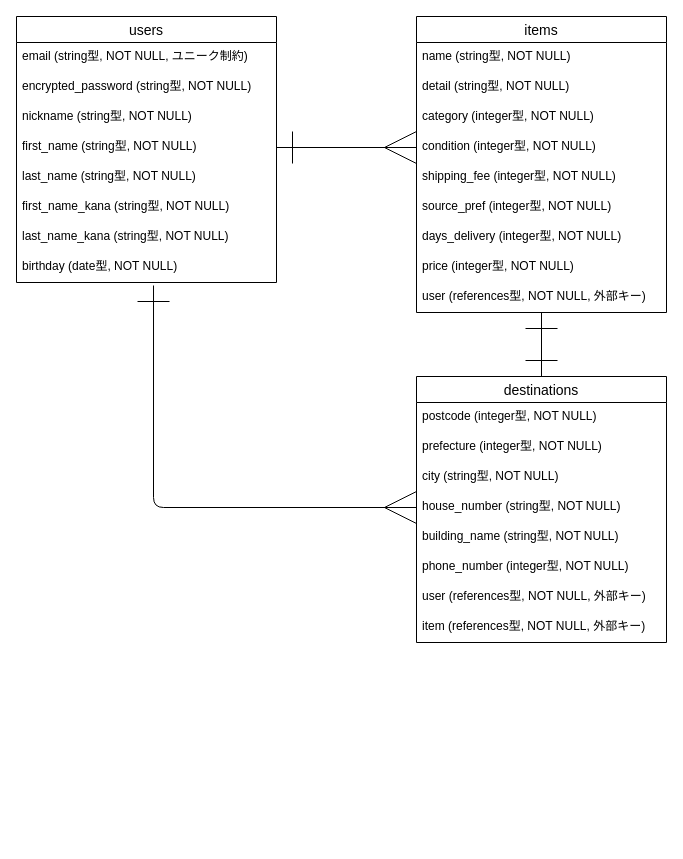
The draw.io diagram ER.dio in yuyan884/furima-38296, before the edit. Source tidied: cells renumbered, new cells numbered last; positions are measured from the earlier drawing's top-left corner, leaving out a move shared by most shapes. Both pictures are drawn from the tidied source at 100%, with x=0, y=0 at pixel (16, 16).
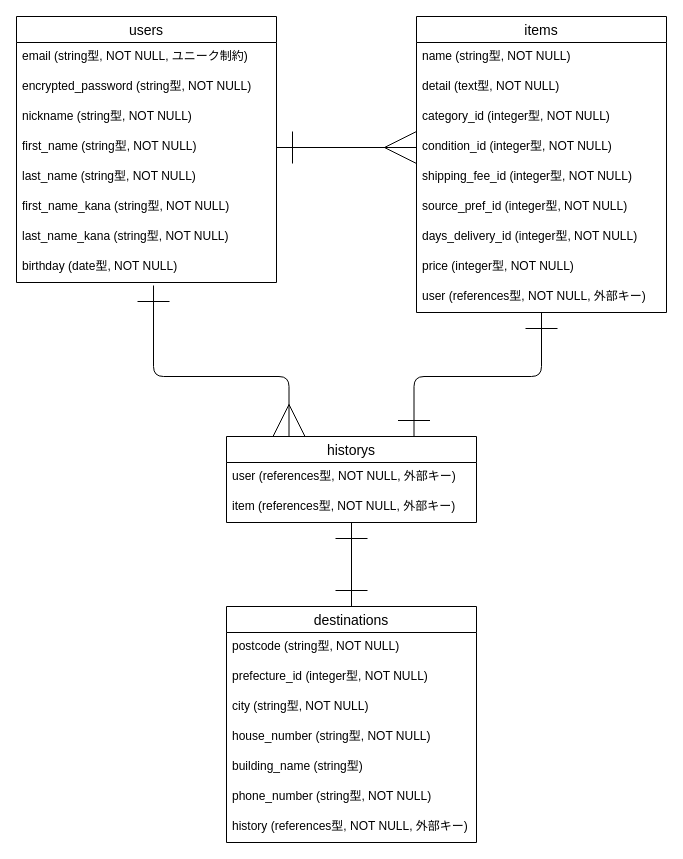
The same diagram, later.

Commit message (it also covers changes not shown here):
レビュー指摘対応

The change refers to these unchanged cells:
```xml
<mxCell id="10" value="birthday (date型, NOT NULL)" style="text;strokeColor=none;fillColor=none;spacingLeft=4;spacingRight=4;overflow=hidden;points=[[0,0.5],[1,0.5]];portConstraint=eastwest;fontSize=12;" parent="2" vertex="1">
  <mxGeometry y="236" width="260" height="30" as="geometry" />
</mxCell>
<mxCell id="11" value="items" style="swimlane;fontStyle=0;horizontal=1;startSize=26;align=center;fontSize=14;" parent="1" vertex="1">
  <mxGeometry x="400" width="250" height="296" as="geometry" />
</mxCell>
<mxCell id="20" value="user (references型, NOT NULL, 外部キー)" style="text;strokeColor=none;fillColor=none;spacingLeft=4;spacingRight=4;overflow=hidden;points=[[0,0.5],[1,0.5]];portConstraint=eastwest;fontSize=12;" parent="11" vertex="1">
  <mxGeometry y="266" width="250" height="30" as="geometry" />
</mxCell>
<mxCell id="25" value="house_number (string型, NOT NULL)" style="text;strokeColor=none;fillColor=none;spacingLeft=4;spacingRight=4;overflow=hidden;points=[[0,0.5],[1,0.5]];portConstraint=eastwest;fontSize=12;" parent="21" vertex="1">
  <mxGeometry y="116" width="250" height="30" as="geometry" />
</mxCell>
```

Diff of the diagram source:
```diff
@@
-    <mxCell id="13" value="detail (string型, NOT NULL)" style="text;strokeColor=none;fillColor=none;spacingLeft=4;spacingRight=4;overflow=hidden;fontSize=12;" parent="11" vertex="1">
+    <mxCell id="13" value="detail (text型, NOT NULL)" style="text;strokeColor=none;fillColor=none;spacingLeft=4;spacingRight=4;overflow=hidden;fontSize=12;" parent="11" vertex="1">
       <mxGeometry y="56" width="250" height="30" as="geometry" />
     </mxCell>
-    <mxCell id="14" value="category (integer型, NOT NULL)" style="text;strokeColor=none;fillColor=none;spacingLeft=4;spacingRight=4;overflow=hidden;fontSize=12;" parent="11" vertex="1">
+    <mxCell id="14" value="category_id (integer型, NOT NULL)" style="text;strokeColor=none;fillColor=none;spacingLeft=4;spacingRight=4;overflow=hidden;fontSize=12;" parent="11" vertex="1">
       <mxGeometry y="86" width="250" height="30" as="geometry" />
     </mxCell>
-    <mxCell id="15" value="condition (integer型, NOT NULL)" style="text;strokeColor=none;fillColor=none;spacingLeft=4;spacingRight=4;overflow=hidden;points=[[0,0.5],[1,0.5]];portConstraint=eastwest;fontSize=12;" parent="11" vertex="1">
+    <mxCell id="15" value="condition_id (integer型, NOT NULL)" style="text;strokeColor=none;fillColor=none;spacingLeft=4;spacingRight=4;overflow=hidden;points=[[0,0.5],[1,0.5]];portConstraint=eastwest;fontSize=12;" parent="11" vertex="1">
       <mxGeometry y="116" width="250" height="30" as="geometry" />
     </mxCell>
-    <mxCell id="16" value="shipping_fee (integer型, NOT NULL)" style="text;strokeColor=none;fillColor=none;spacingLeft=4;spacingRight=4;overflow=hidden;fontSize=12;" parent="11" vertex="1">
+    <mxCell id="16" value="shipping_fee_id (integer型, NOT NULL)" style="text;strokeColor=none;fillColor=none;spacingLeft=4;spacingRight=4;overflow=hidden;fontSize=12;" parent="11" vertex="1">
       <mxGeometry y="146" width="250" height="30" as="geometry" />
     </mxCell>
-    <mxCell id="17" value="source_pref (integer型, NOT NULL)" style="text;strokeColor=none;fillColor=none;spacingLeft=4;spacingRight=4;overflow=hidden;fontSize=12;" parent="11" vertex="1">
+    <mxCell id="17" value="source_pref_id (integer型, NOT NULL)" style="text;strokeColor=none;fillColor=none;spacingLeft=4;spacingRight=4;overflow=hidden;fontSize=12;" parent="11" vertex="1">
       <mxGeometry y="176" width="250" height="30" as="geometry" />
     </mxCell>
-    <mxCell id="18" value="days_delivery (integer型, NOT NULL)" style="text;strokeColor=none;fillColor=none;spacingLeft=4;spacingRight=4;overflow=hidden;fontSize=12;" parent="11" vertex="1">
+    <mxCell id="18" value="days_delivery_id (integer型, NOT NULL)" style="text;strokeColor=none;fillColor=none;spacingLeft=4;spacingRight=4;overflow=hidden;fontSize=12;" parent="11" vertex="1">
       <mxGeometry y="206" width="250" height="30" as="geometry" />
     </mxCell>
@@
     <mxCell id="21" value="destinations" style="swimlane;fontStyle=0;horizontal=1;startSize=26;align=center;fontSize=14;" parent="1" vertex="1">
-      <mxGeometry x="400" y="360" width="250" height="266" as="geometry" />
+      <mxGeometry x="210" y="590" width="250" height="236" as="geometry" />
     </mxCell>
-    <mxCell id="22" value="postcode (integer型, NOT NULL)" style="text;strokeColor=none;fillColor=none;spacingLeft=4;spacingRight=4;overflow=hidden;fontSize=12;" parent="21" vertex="1">
+    <mxCell id="22" value="postcode (string型, NOT NULL)" style="text;strokeColor=none;fillColor=none;spacingLeft=4;spacingRight=4;overflow=hidden;fontSize=12;" parent="21" vertex="1">
       <mxGeometry y="26" width="250" height="30" as="geometry" />
     </mxCell>
-    <mxCell id="23" value="prefecture (integer型, NOT NULL)" style="text;strokeColor=none;fillColor=none;spacingLeft=4;spacingRight=4;overflow=hidden;fontSize=12;" parent="21" vertex="1">
+    <mxCell id="23" value="prefecture_id (integer型, NOT NULL)" style="text;strokeColor=none;fillColor=none;spacingLeft=4;spacingRight=4;overflow=hidden;fontSize=12;" parent="21" vertex="1">
       <mxGeometry y="56" width="250" height="30" as="geometry" />
     </mxCell>
@@
-    <mxCell id="26" value="building_name (string型, NOT NULL)" style="text;strokeColor=none;fillColor=none;spacingLeft=4;spacingRight=4;overflow=hidden;fontSize=12;" parent="21" vertex="1">
+    <mxCell id="26" value="building_name (string型)" style="text;strokeColor=none;fillColor=none;spacingLeft=4;spacingRight=4;overflow=hidden;fontSize=12;" parent="21" vertex="1">
       <mxGeometry y="146" width="250" height="30" as="geometry" />
     </mxCell>
-    <mxCell id="27" value="phone_number (integer型, NOT NULL)" style="text;strokeColor=none;fillColor=none;spacingLeft=4;spacingRight=4;overflow=hidden;fontSize=12;" parent="21" vertex="1">
+    <mxCell id="27" value="phone_number (string型, NOT NULL)" style="text;strokeColor=none;fillColor=none;spacingLeft=4;spacingRight=4;overflow=hidden;fontSize=12;" parent="21" vertex="1">
       <mxGeometry y="176" width="250" height="30" as="geometry" />
     </mxCell>
-    <mxCell id="28" value="user (references型, NOT NULL, 外部キー)" style="text;strokeColor=none;fillColor=none;spacingLeft=4;spacingRight=4;overflow=hidden;fontSize=12;" parent="21" vertex="1">
+    <mxCell id="28" value="history (references型, NOT NULL, 外部キー)" style="text;strokeColor=none;fillColor=none;spacingLeft=4;spacingRight=4;overflow=hidden;fontSize=12;" parent="21" vertex="1">
       <mxGeometry y="206" width="250" height="30" as="geometry" />
     </mxCell>
-    <mxCell id="29" value="item (references型, NOT NULL, 外部キー)" style="text;strokeColor=none;fillColor=none;spacingLeft=4;spacingRight=4;overflow=hidden;fontSize=12;fontStyle=0;" parent="21" vertex="1">
-      <mxGeometry y="236" width="250" height="30" as="geometry" />
-    </mxCell>
@@
-    <mxCell id="31" style="edgeStyle=orthogonalEdgeStyle;html=1;exitX=0.527;exitY=1.1;exitDx=0;exitDy=0;startArrow=ERone;startFill=0;endArrow=ERmany;endFill=0;startSize=30;endSize=30;strokeWidth=1;elbow=vertical;exitPerimeter=0;entryX=0;entryY=0.5;entryDx=0;entryDy=0;" parent="1" edge="1" source="10" target="25">
+    <mxCell id="31" style="edgeStyle=orthogonalEdgeStyle;html=1;exitX=0.527;exitY=1.1;exitDx=0;exitDy=0;startArrow=ERone;startFill=0;endArrow=ERmany;endFill=0;startSize=30;endSize=30;strokeWidth=1;elbow=vertical;exitPerimeter=0;entryX=0.25;entryY=0;entryDx=0;entryDy=0;" parent="1" edge="1" source="10" target="33">
       <mxGeometry relative="1" as="geometry">
         <Array as="points">
-          <mxPoint x="137" y="491" />
+          <mxPoint x="137" y="360" />
+          <mxPoint x="273" y="360" />
         </Array>
       </mxGeometry>
     </mxCell>
-    <mxCell id="32" style="edgeStyle=none;html=1;exitX=0.5;exitY=0;exitDx=0;exitDy=0;endArrow=ERone;endFill=0;strokeWidth=1;startSize=30;endSize=30;startArrow=ERone;startFill=0;" parent="1" edge="1" source="21" target="20">
-      <mxGeometry relative="1" as="geometry" />
-    </mxCell>
+    <mxCell id="33" value="historys" style="swimlane;fontStyle=0;horizontal=1;startSize=26;align=center;fontSize=14;" parent="1" vertex="1">
+      <mxGeometry x="210" y="420" width="250" height="86" as="geometry" />
+    </mxCell>
+    <mxCell id="34" value="user (references型, NOT NULL, 外部キー)" style="text;strokeColor=none;fillColor=none;spacingLeft=4;spacingRight=4;overflow=hidden;fontSize=12;" parent="33" vertex="1">
+      <mxGeometry y="26" width="250" height="30" as="geometry" />
+    </mxCell>
+    <mxCell id="29" value="item (references型, NOT NULL, 外部キー)" style="text;strokeColor=none;fillColor=none;spacingLeft=4;spacingRight=4;overflow=hidden;fontSize=12;" parent="33" vertex="1">
+      <mxGeometry y="56" width="250" height="30" as="geometry" />
+    </mxCell>
+    <mxCell id="35" style="edgeStyle=none;html=1;exitX=0.5;exitY=0;exitDx=0;exitDy=0;endArrow=ERone;endFill=0;strokeWidth=1;startSize=30;endSize=30;startArrow=ERone;startFill=0;" parent="1" edge="1" source="21" target="33">
+      <mxGeometry relative="1" as="geometry" />
+    </mxCell>
+    <mxCell id="36" style="edgeStyle=orthogonalEdgeStyle;html=1;startArrow=ERone;startFill=0;endArrow=ERone;endFill=0;startSize=30;endSize=30;strokeWidth=1;elbow=vertical;entryX=0.75;entryY=0;entryDx=0;entryDy=0;" parent="1" edge="1" source="20" target="33">
+      <mxGeometry relative="1" as="geometry">
+        <Array as="points">
+          <mxPoint x="525" y="360" />
+          <mxPoint x="398" y="360" />
+        </Array>
+      </mxGeometry>
+    </mxCell>
```
